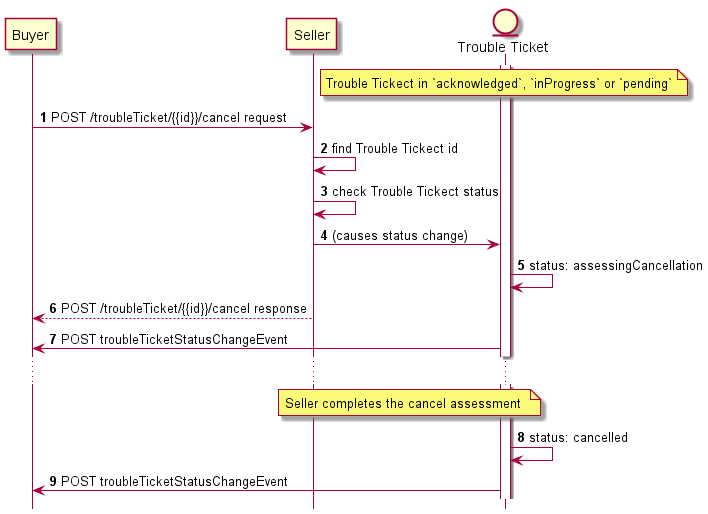
The PlantUML diagram documentation/productApi/troubleTicket/media/useCase5CancelFlow.png in MEF-GIT/MEF-LSO-Sonata-SDK, before a commit.
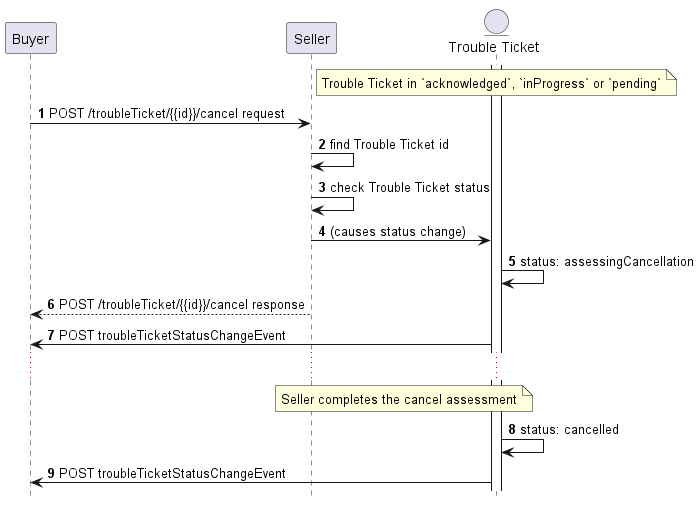
Later version of the same file.

Change to the diagram source:
```diff
@@ -11,11 +11,11 @@
 
 autonumber
 
-note over TT: Trouble Tickect in `acknowledged`, `inProgress` or `pending`
+note over TT: Trouble Ticket in `acknowledged`, `inProgress` or `pending`
 Buyer -> Seller : POST /troubleTicket/{{id}}/cancel request
 
-Seller -> Seller: find Trouble Tickect id
-Seller -> Seller: check Trouble Tickect status
+Seller -> Seller: find Trouble Ticket id
+Seller -> Seller: check Trouble Ticket status
 
 Seller -> TT: (causes status change)
 TT -> TT: status: assessingCancellation
```
